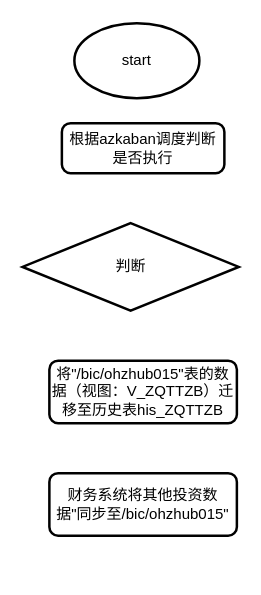
Before: 其他投资财务数据表同步.drawio in gebifeixiang/investment, a draw.io diagram. Source tidied: cells renumbered, new cells numbered last; positions are measured from the earlier drawing's top-left corner, leaving out a move shared by most shapes. Both pictures are drawn from the tidied source at 125%, with x=0, y=0 at pixel (21, 22).
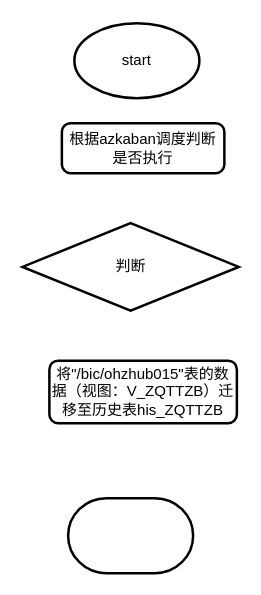
The same diagram, later.

Commit message:
Added 其他投资财务数据表同步.drawio

Diff of the diagram source:
```diff
@@
 <mxGraphModel>
   <root>
     <mxCell id="0" />
     <mxCell id="1" parent="0" />
     <mxCell id="2" value="start" style="strokeWidth=2;html=1;shape=mxgraph.flowchart.start_1;whiteSpace=wrap;" parent="1" vertex="1">
       <mxGeometry x="42" width="100" height="60" as="geometry" />
     </mxCell>
     <mxCell id="3" value="根据azkaban调度判断是否执行" style="rounded=1;whiteSpace=wrap;html=1;absoluteArcSize=1;arcSize=14;strokeWidth=2;" parent="1" vertex="1">
       <mxGeometry x="32" y="80" width="130" height="40" as="geometry" />
     </mxCell>
     <mxCell id="4" value="判断" style="strokeWidth=2;html=1;shape=mxgraph.flowchart.decision;whiteSpace=wrap;" parent="1" vertex="1">
       <mxGeometry x="0.5" y="160" width="173" height="70" as="geometry" />
     </mxCell>
     <mxCell id="5" value="将&quot;/bic/ohzhub015&quot;表的数据（视图：V_ZQTTZB）迁移至历史表his_ZQTTZB" style="rounded=1;whiteSpace=wrap;html=1;absoluteArcSize=1;arcSize=14;strokeWidth=2;" parent="1" vertex="1">
       <mxGeometry x="22" y="270" width="150" height="50" as="geometry" />
     </mxCell>
-    <mxCell id="6" value="财务系统将其他投资数据&quot;同步至/bic/ohzhub015&quot;" style="rounded=1;whiteSpace=wrap;html=1;absoluteArcSize=1;arcSize=14;strokeWidth=2;" parent="1" vertex="1">
-      <mxGeometry x="22" y="360" width="150" height="50" as="geometry" />
-    </mxCell>
+    <mxCell id="7" style="strokeWidth=2;html=1;shape=mxgraph.flowchart.terminator;whiteSpace=wrap;" parent="1" vertex="1">
+      <mxGeometry x="37" y="380" width="100" height="60" as="geometry" />
+    </mxCell>
   </root>
 </mxGraphModel>
```
